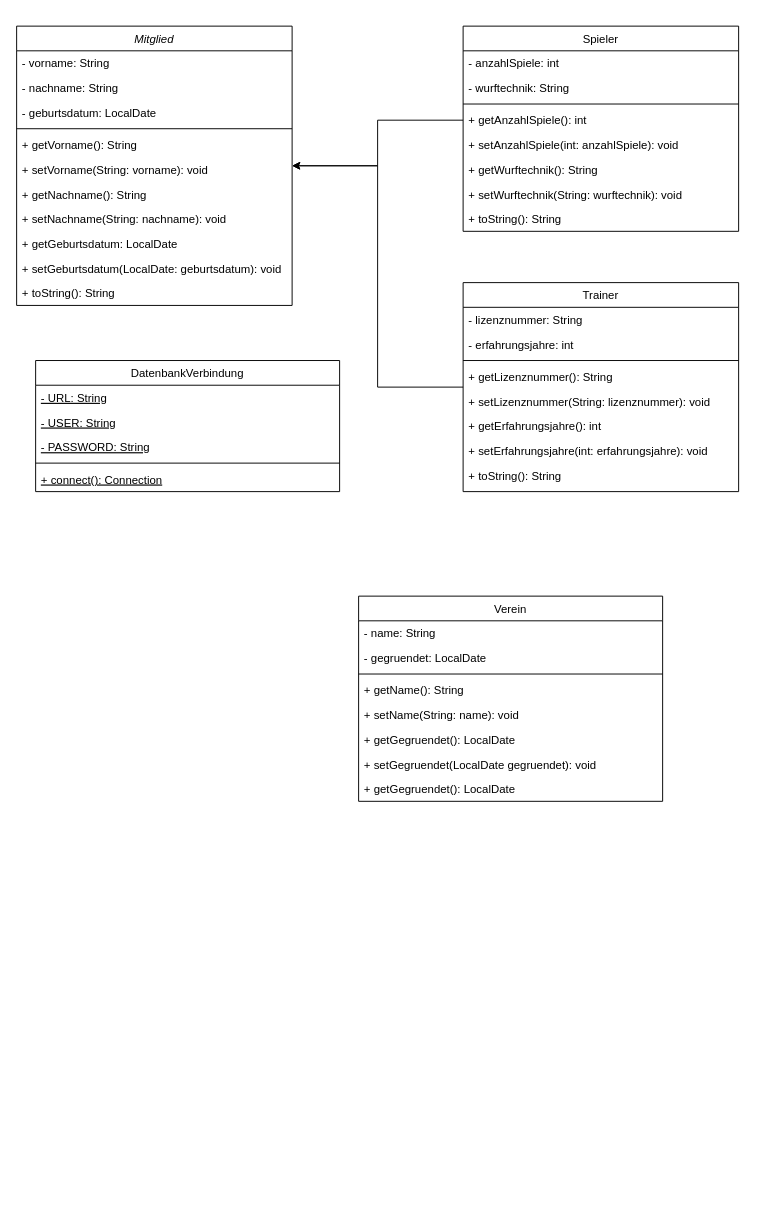
This is UML_Diagramm.drawio from domhags/dartverein_java_db, a draw.io file, before an edit. Source tidied: cells renumbered, new cells numbered last; positions are measured from the earlier drawing's top-left corner, leaving out a move shared by most shapes. Both pictures are drawn from the tidied source at 95%, with x=0, y=0 at pixel (16, 26).
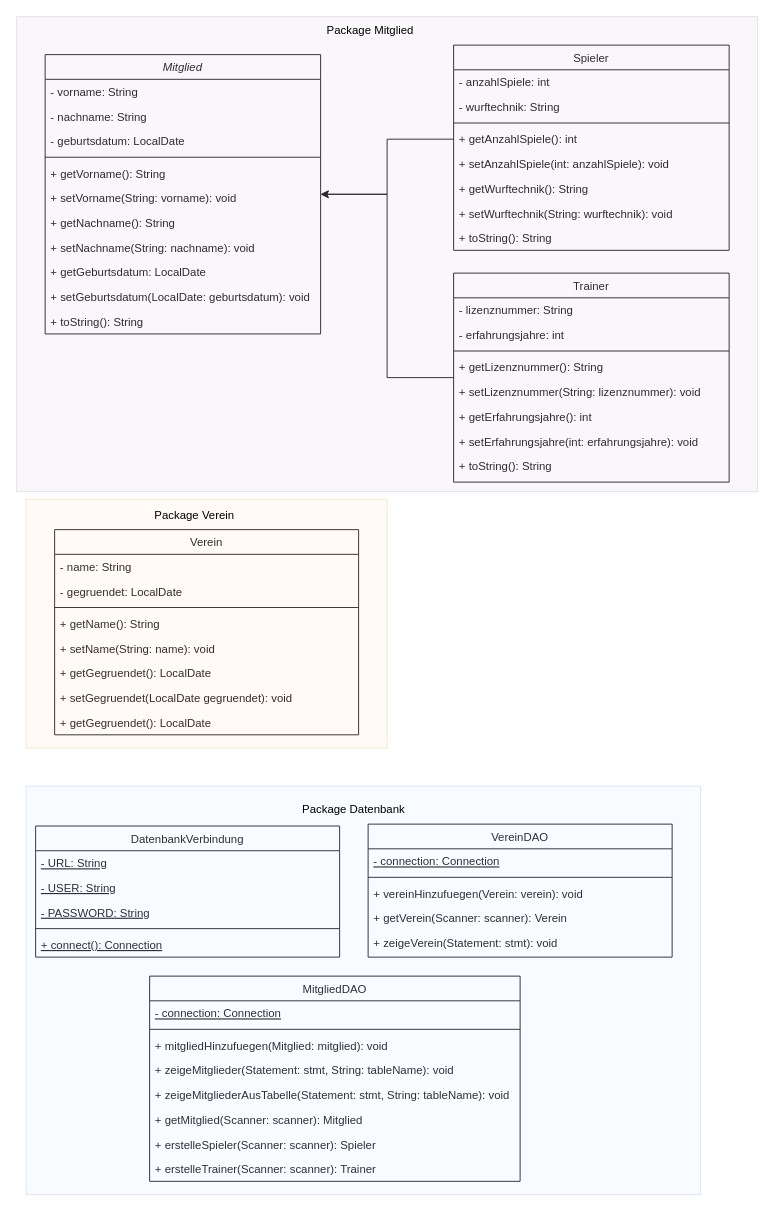
The same page after the edit.

Diff of the diagram source:
```diff
@@
     <mxCell id="2" value="Mitglied" style="swimlane;fontStyle=2;align=center;verticalAlign=top;horizontal=1;startSize=26;rounded=0;shadow=0;strokeWidth=1;" parent="1" vertex="1">
-      <mxGeometry width="290" height="294" as="geometry" />
+      <mxGeometry x="30" y="30" width="290" height="294" as="geometry" />
     </mxCell>
@@
     <mxCell id="14" value="Spieler" style="swimlane;fontStyle=0;align=center;verticalAlign=top;horizontal=1;startSize=26;rounded=0;shadow=0;strokeWidth=1;" parent="1" vertex="1">
-      <mxGeometry x="470" width="290" height="216" as="geometry" />
+      <mxGeometry x="460" y="20" width="290" height="216" as="geometry" />
     </mxCell>
@@
     <mxCell id="24" value="Trainer" style="swimlane;fontStyle=0;align=center;verticalAlign=top;horizontal=1;startSize=26;rounded=0;shadow=0;strokeWidth=1;" parent="1" vertex="1">
-      <mxGeometry x="470" y="270" width="290" height="220" as="geometry" />
+      <mxGeometry x="460" y="260" width="290" height="220" as="geometry" />
     </mxCell>
@@
-    <mxCell id="33" value="Verein" style="swimlane;fontStyle=0;align=center;verticalAlign=top;horizontal=1;startSize=26;rounded=0;shadow=0;strokeWidth=1;" parent="1" vertex="1">
-      <mxGeometry x="360" y="600" width="320" height="216" as="geometry" />
+    <mxCell id="33" value="VereinDAO" style="swimlane;fontStyle=0;align=center;verticalAlign=top;horizontal=1;startSize=26;rounded=0;shadow=0;strokeWidth=1;" parent="1" vertex="1">
+      <mxGeometry x="370" y="840" width="320" height="140" as="geometry" />
     </mxCell>
-    <mxCell id="34" value="- name: String" style="text;align=left;verticalAlign=top;spacingLeft=4;spacingRight=4;overflow=hidden;" parent="33" vertex="1">
+    <mxCell id="34" value="- connection: Connection" style="text;align=left;verticalAlign=top;spacingLeft=4;spacingRight=4;overflow=hidden;fontStyle=4;" parent="33" vertex="1">
       <mxGeometry y="26" width="320" height="26" as="geometry" />
     </mxCell>
-    <mxCell id="35" value="- gegruendet: LocalDate" style="text;align=left;verticalAlign=top;spacingLeft=4;spacingRight=4;overflow=hidden;" parent="33" vertex="1">
-      <mxGeometry y="52" width="320" height="26" as="geometry" />
-    </mxCell>
     <mxCell id="36" style="line;html=1;strokeWidth=1;align=left;verticalAlign=middle;spacingTop=-1;spacingLeft=3;spacingRight=3;labelPosition=right;" parent="33" vertex="1">
-      <mxGeometry y="78" width="320" height="8" as="geometry" />
+      <mxGeometry y="52" width="320" height="8" as="geometry" />
     </mxCell>
-    <mxCell id="37" value="+ getName(): String" style="text;align=left;verticalAlign=top;spacingLeft=4;spacingRight=4;overflow=hidden;" parent="33" vertex="1">
-      <mxGeometry y="86" width="320" height="26" as="geometry" />
+    <mxCell id="37" value="+ vereinHinzufuegen(Verein: verein): void" style="text;align=left;verticalAlign=top;spacingLeft=4;spacingRight=4;overflow=hidden;" parent="33" vertex="1">
+      <mxGeometry y="60" width="320" height="26" as="geometry" />
     </mxCell>
-    <mxCell id="38" value="+ setName(String: name): void" style="text;align=left;verticalAlign=top;spacingLeft=4;spacingRight=4;overflow=hidden;" parent="33" vertex="1">
-      <mxGeometry y="112" width="320" height="26" as="geometry" />
+    <mxCell id="38" value="+ getVerein(Scanner: scanner): Verein" style="text;align=left;verticalAlign=top;spacingLeft=4;spacingRight=4;overflow=hidden;" parent="33" vertex="1">
+      <mxGeometry y="86" width="320" height="26" as="geometry" />
     </mxCell>
-    <mxCell id="39" value="+ getGegruendet(): LocalDate" style="text;align=left;verticalAlign=top;spacingLeft=4;spacingRight=4;overflow=hidden;" parent="33" vertex="1">
-      <mxGeometry y="138" width="320" height="26" as="geometry" />
+    <mxCell id="39" value="+ zeigeVerein(Statement: stmt): void" style="text;align=left;verticalAlign=top;spacingLeft=4;spacingRight=4;overflow=hidden;" parent="33" vertex="1">
+      <mxGeometry y="112" width="320" height="26" as="geometry" />
     </mxCell>
-    <mxCell id="40" value="+ setGegruendet(LocalDate gegruendet): void" style="text;align=left;verticalAlign=top;spacingLeft=4;spacingRight=4;overflow=hidden;" parent="33" vertex="1">
-      <mxGeometry y="164" width="320" height="26" as="geometry" />
-    </mxCell>
-    <mxCell id="41" value="+ getGegruendet(): LocalDate" style="text;align=left;verticalAlign=top;spacingLeft=4;spacingRight=4;overflow=hidden;" parent="33" vertex="1">
-      <mxGeometry y="190" width="320" height="26" as="geometry" />
-    </mxCell>
@@
     <mxCell id="43" value="DatenbankVerbindung" style="swimlane;fontStyle=0;align=center;verticalAlign=top;horizontal=1;startSize=26;rounded=0;shadow=0;strokeWidth=1;" parent="1" vertex="1">
-      <mxGeometry x="20" y="352" width="320" height="138" as="geometry" />
+      <mxGeometry x="20" y="842" width="320" height="138" as="geometry" />
     </mxCell>
@@
+    <mxCell id="49" value="Verein" style="swimlane;fontStyle=0;align=center;verticalAlign=top;horizontal=1;startSize=26;rounded=0;shadow=0;strokeWidth=1;" parent="1" vertex="1">
+      <mxGeometry x="40" y="530" width="320" height="216" as="geometry" />
+    </mxCell>
+    <mxCell id="50" value="- name: String" style="text;align=left;verticalAlign=top;spacingLeft=4;spacingRight=4;overflow=hidden;" parent="49" vertex="1">
+      <mxGeometry y="26" width="320" height="26" as="geometry" />
+    </mxCell>
+    <mxCell id="35" value="- gegruendet: LocalDate" style="text;align=left;verticalAlign=top;spacingLeft=4;spacingRight=4;overflow=hidden;" parent="49" vertex="1">
+      <mxGeometry y="52" width="320" height="26" as="geometry" />
+    </mxCell>
+    <mxCell id="51" style="line;html=1;strokeWidth=1;align=left;verticalAlign=middle;spacingTop=-1;spacingLeft=3;spacingRight=3;labelPosition=right;" parent="49" vertex="1">
+      <mxGeometry y="78" width="320" height="8" as="geometry" />
+    </mxCell>
+    <mxCell id="52" value="+ getName(): String" style="text;align=left;verticalAlign=top;spacingLeft=4;spacingRight=4;overflow=hidden;" parent="49" vertex="1">
+      <mxGeometry y="86" width="320" height="26" as="geometry" />
+    </mxCell>
+    <mxCell id="53" value="+ setName(String: name): void" style="text;align=left;verticalAlign=top;spacingLeft=4;spacingRight=4;overflow=hidden;" parent="49" vertex="1">
+      <mxGeometry y="112" width="320" height="26" as="geometry" />
+    </mxCell>
+    <mxCell id="54" value="+ getGegruendet(): LocalDate" style="text;align=left;verticalAlign=top;spacingLeft=4;spacingRight=4;overflow=hidden;" parent="49" vertex="1">
+      <mxGeometry y="138" width="320" height="26" as="geometry" />
+    </mxCell>
+    <mxCell id="40" value="+ setGegruendet(LocalDate gegruendet): void" style="text;align=left;verticalAlign=top;spacingLeft=4;spacingRight=4;overflow=hidden;" parent="49" vertex="1">
+      <mxGeometry y="164" width="320" height="26" as="geometry" />
+    </mxCell>
+    <mxCell id="41" value="+ getGegruendet(): LocalDate" style="text;align=left;verticalAlign=top;spacingLeft=4;spacingRight=4;overflow=hidden;" parent="49" vertex="1">
+      <mxGeometry y="190" width="320" height="26" as="geometry" />
+    </mxCell>
+    <mxCell id="55" value="MitgliedDAO" style="swimlane;fontStyle=0;align=center;verticalAlign=top;horizontal=1;startSize=26;rounded=0;shadow=0;strokeWidth=1;" parent="1" vertex="1">
+      <mxGeometry x="140" y="1000" width="390" height="216" as="geometry" />
+    </mxCell>
+    <mxCell id="56" value="- connection: Connection" style="text;align=left;verticalAlign=top;spacingLeft=4;spacingRight=4;overflow=hidden;fontStyle=4;" parent="55" vertex="1">
+      <mxGeometry y="26" width="390" height="26" as="geometry" />
+    </mxCell>
+    <mxCell id="57" style="line;html=1;strokeWidth=1;align=left;verticalAlign=middle;spacingTop=-1;spacingLeft=3;spacingRight=3;labelPosition=right;" parent="55" vertex="1">
+      <mxGeometry y="52" width="390" height="8" as="geometry" />
+    </mxCell>
+    <mxCell id="58" value="+ mitgliedHinzufuegen(Mitglied: mitglied): void" style="text;align=left;verticalAlign=top;spacingLeft=4;spacingRight=4;overflow=hidden;" parent="55" vertex="1">
+      <mxGeometry y="60" width="390" height="26" as="geometry" />
+    </mxCell>
+    <mxCell id="59" value="+ zeigeMitglieder(Statement: stmt, String: tableName): void" style="text;align=left;verticalAlign=top;spacingLeft=4;spacingRight=4;overflow=hidden;" parent="55" vertex="1">
+      <mxGeometry y="86" width="390" height="26" as="geometry" />
+    </mxCell>
+    <mxCell id="60" value="+ zeigeMitgliederAusTabelle(Statement: stmt, String: tableName): void" style="text;align=left;verticalAlign=top;spacingLeft=4;spacingRight=4;overflow=hidden;" parent="55" vertex="1">
+      <mxGeometry y="112" width="390" height="26" as="geometry" />
+    </mxCell>
+    <mxCell id="61" value="+ getMitglied(Scanner: scanner): Mitglied" style="text;align=left;verticalAlign=top;spacingLeft=4;spacingRight=4;overflow=hidden;" parent="55" vertex="1">
+      <mxGeometry y="138" width="390" height="26" as="geometry" />
+    </mxCell>
+    <mxCell id="62" value="+ erstelleSpieler(Scanner: scanner): Spieler" style="text;align=left;verticalAlign=top;spacingLeft=4;spacingRight=4;overflow=hidden;" parent="55" vertex="1">
+      <mxGeometry y="164" width="390" height="26" as="geometry" />
+    </mxCell>
+    <mxCell id="63" value="+ erstelleTrainer(Scanner: scanner): Trainer" style="text;align=left;verticalAlign=top;spacingLeft=4;spacingRight=4;overflow=hidden;" parent="55" vertex="1">
+      <mxGeometry y="190" width="390" height="26" as="geometry" />
+    </mxCell>
+    <mxCell id="64" style="rounded=0;whiteSpace=wrap;html=1;fillColor=#ffe6cc;strokeColor=#d79b00;opacity=20;" parent="1" vertex="1">
+      <mxGeometry x="10" y="498" width="380" height="262" as="geometry" />
+    </mxCell>
+    <mxCell id="65" value="Package Verein" style="text;html=1;strokeColor=none;fillColor=none;align=center;verticalAlign=middle;whiteSpace=wrap;rounded=0;opacity=20;" parent="1" vertex="1">
+      <mxGeometry x="115" y="500" width="145" height="30" as="geometry" />
+    </mxCell>
+    <mxCell id="66" style="rounded=0;whiteSpace=wrap;html=1;fillColor=#dae8fc;opacity=20;strokeColor=#6c8ebf;" parent="1" vertex="1">
+      <mxGeometry x="10" y="800" width="710" height="430" as="geometry" />
+    </mxCell>
+    <mxCell id="67" value="Package Datenbank" style="text;html=1;strokeColor=none;fillColor=none;align=center;verticalAlign=middle;whiteSpace=wrap;rounded=0;opacity=20;" parent="1" vertex="1">
+      <mxGeometry x="270" y="810" width="170" height="30" as="geometry" />
+    </mxCell>
+    <mxCell id="68" style="rounded=0;whiteSpace=wrap;html=1;fillColor=#e1d5e7;opacity=20;strokeColor=#9673a6;" parent="1" vertex="1">
+      <mxGeometry y="-10" width="780" height="500" as="geometry" />
+    </mxCell>
+    <mxCell id="69" value="Package Mitglied" style="text;html=1;strokeColor=none;fillColor=none;align=center;verticalAlign=middle;whiteSpace=wrap;rounded=0;opacity=20;" parent="1" vertex="1">
+      <mxGeometry x="305" y="-10" width="135" height="30" as="geometry" />
+    </mxCell>
```
